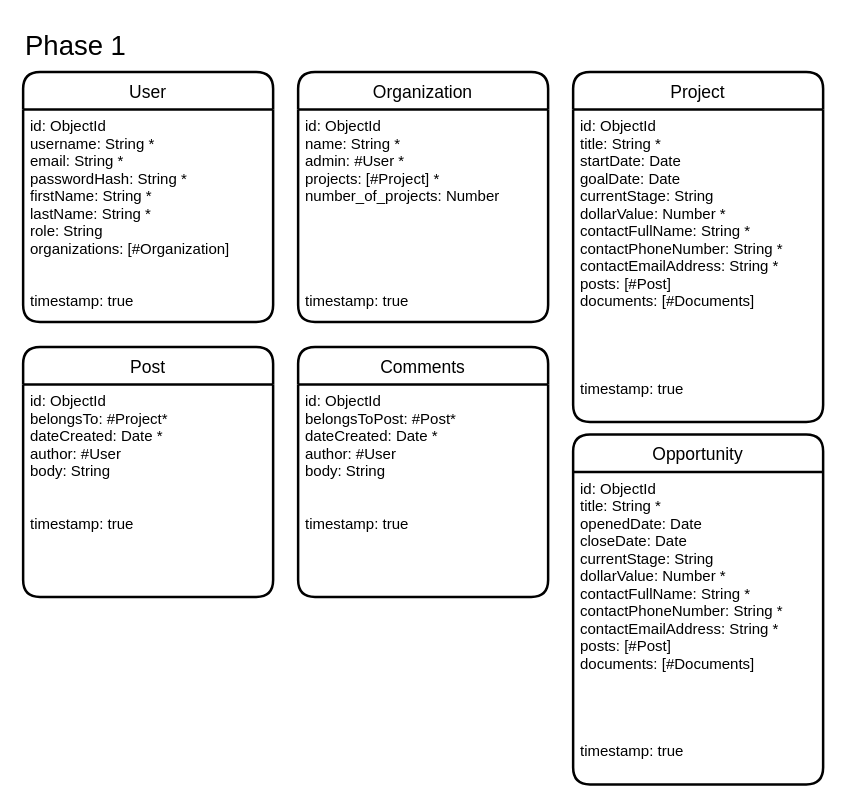
The draw.io diagram resources/database-model.drawio in jpcastanoweb/buggr, before the edit. Source tidied: cells renumbered, new cells numbered last; positions are measured from the earlier drawing's top-left corner, leaving out a move shared by most shapes. Both pictures are drawn from the tidied source at 125%, with x=0, y=0 at pixel (22, 21).
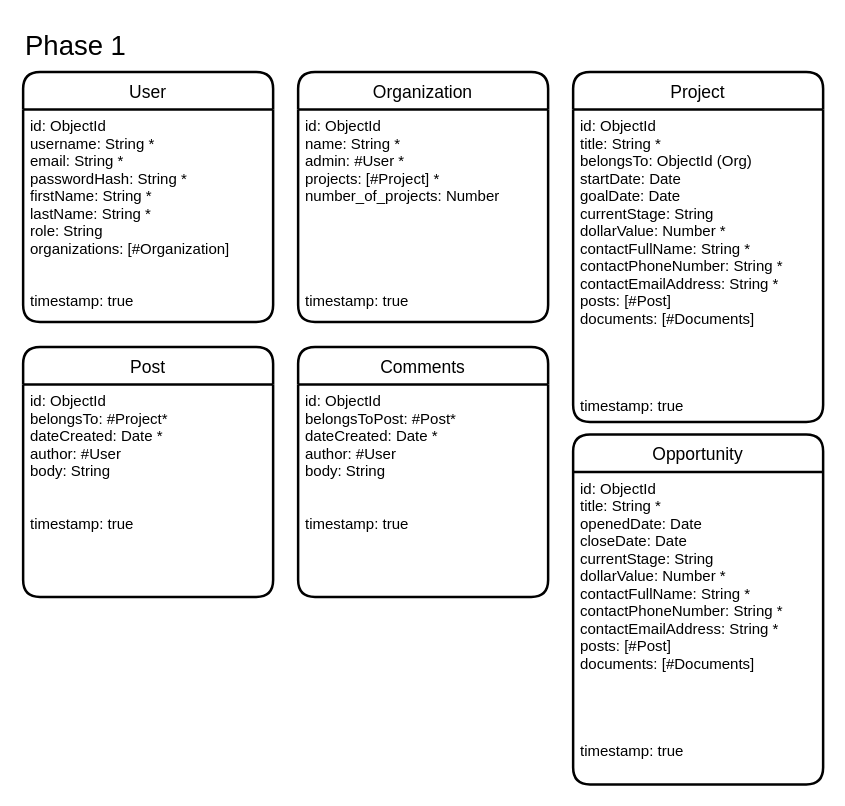
The same diagram, later.

Change to the diagram source:
```diff
@@
 <mxGraphModel>
   <root>
     <mxCell id="0" />
     <mxCell id="1" parent="0" />
     <mxCell id="2" value="&lt;font style=&quot;font-size: 22px&quot;&gt;Phase 1&lt;/font&gt;" style="text;html=1;strokeColor=none;fillColor=none;align=left;verticalAlign=middle;whiteSpace=wrap;rounded=0;" parent="1" vertex="1">
       <mxGeometry width="150" height="40" as="geometry" />
     </mxCell>
     <mxCell id="3" value="User" style="swimlane;horizontal=1;startSize=30;rounded=1;fontSize=14;fontStyle=0;strokeWidth=2;shadow=0;dashed=0;align=center;" parent="1" vertex="1">
       <mxGeometry y="40" width="200" height="200" as="geometry" />
     </mxCell>
     <mxCell id="4" value="id: ObjectId&#10;username: String *&#10;email: String *&#10;passwordHash: String *&#10;firstName: String *&#10;lastName: String *&#10;role: String&#10;organizations: [#Organization]&#10;&#10;&#10;timestamp: true" style="align=left;strokeColor=none;fillColor=none;spacingLeft=4;fontSize=12;verticalAlign=top;" parent="3" vertex="1">
       <mxGeometry y="30" width="200" height="170" as="geometry" />
     </mxCell>
     <mxCell id="5" value="Organization" style="swimlane;horizontal=1;startSize=30;rounded=1;fontSize=14;fontStyle=0;strokeWidth=2;shadow=0;dashed=0;align=center;" parent="1" vertex="1">
       <mxGeometry x="220" y="40" width="200" height="200" as="geometry" />
     </mxCell>
     <mxCell id="6" value="id: ObjectId&#10;name: String *&#10;admin: #User *&#10;projects: [#Project] *&#10;number_of_projects: Number&#10;&#10;&#10;&#10;&#10;&#10;timestamp: true" style="align=left;strokeColor=none;fillColor=none;spacingLeft=4;fontSize=12;verticalAlign=top;" parent="5" vertex="1">
       <mxGeometry y="30" width="200" height="170" as="geometry" />
     </mxCell>
     <mxCell id="7" value="Project" style="swimlane;horizontal=1;startSize=30;rounded=1;fontSize=14;fontStyle=0;strokeWidth=2;shadow=0;dashed=0;align=center;" parent="1" vertex="1">
       <mxGeometry x="440" y="40" width="200" height="280" as="geometry" />
     </mxCell>
-    <mxCell id="8" value="id: ObjectId&#10;title: String *&#10;startDate: Date&#10;goalDate: Date&#10;currentStage: String&#10;dollarValue: Number *&#10;contactFullName: String *&#10;contactPhoneNumber: String *&#10;contactEmailAddress: String *&#10;posts: [#Post]&#10;documents: [#Documents]&#10;&#10;&#10;&#10;&#10;timestamp: true" style="align=left;strokeColor=none;fillColor=none;spacingLeft=4;fontSize=12;verticalAlign=top;" parent="7" vertex="1">
+    <mxCell id="8" value="id: ObjectId&#10;title: String *&#10;belongsTo: ObjectId (Org)&#10;startDate: Date&#10;goalDate: Date&#10;currentStage: String&#10;dollarValue: Number *&#10;contactFullName: String *&#10;contactPhoneNumber: String *&#10;contactEmailAddress: String *&#10;posts: [#Post]&#10;documents: [#Documents]&#10;&#10;&#10;&#10;&#10;timestamp: true" style="align=left;strokeColor=none;fillColor=none;spacingLeft=4;fontSize=12;verticalAlign=top;" parent="7" vertex="1">
       <mxGeometry y="30" width="200" height="250" as="geometry" />
     </mxCell>
     <mxCell id="9" value="Post" style="swimlane;horizontal=1;startSize=30;rounded=1;fontSize=14;fontStyle=0;strokeWidth=2;shadow=0;dashed=0;align=center;" parent="1" vertex="1">
       <mxGeometry y="260" width="200" height="200" as="geometry" />
     </mxCell>
     <mxCell id="10" value="id: ObjectId&#10;belongsTo: #Project*&#10;dateCreated: Date *&#10;author: #User&#10;body: String&#10;&#10;&#10;timestamp: true" style="align=left;strokeColor=none;fillColor=none;spacingLeft=4;fontSize=12;verticalAlign=top;" parent="9" vertex="1">
       <mxGeometry y="30" width="200" height="170" as="geometry" />
     </mxCell>
     <mxCell id="11" value="Comments" style="swimlane;horizontal=1;startSize=30;rounded=1;fontSize=14;fontStyle=0;strokeWidth=2;shadow=0;dashed=0;align=center;" parent="1" vertex="1">
       <mxGeometry x="220" y="260" width="200" height="200" as="geometry" />
     </mxCell>
     <mxCell id="12" value="id: ObjectId&#10;belongsToPost: #Post*&#10;dateCreated: Date *&#10;author: #User&#10;body: String&#10;&#10;&#10;timestamp: true" style="align=left;strokeColor=none;fillColor=none;spacingLeft=4;fontSize=12;verticalAlign=top;" parent="11" vertex="1">
       <mxGeometry y="30" width="200" height="170" as="geometry" />
     </mxCell>
     <mxCell id="13" value="Opportunity" style="swimlane;horizontal=1;startSize=30;rounded=1;fontSize=14;fontStyle=0;strokeWidth=2;shadow=0;dashed=0;align=center;" parent="1" vertex="1">
       <mxGeometry x="440" y="330" width="200" height="280" as="geometry" />
     </mxCell>
     <mxCell id="14" value="id: ObjectId&#10;title: String *&#10;openedDate: Date&#10;closeDate: Date&#10;currentStage: String&#10;dollarValue: Number *&#10;contactFullName: String *&#10;contactPhoneNumber: String *&#10;contactEmailAddress: String *&#10;posts: [#Post]&#10;documents: [#Documents]&#10;&#10;&#10;&#10;&#10;timestamp: true" style="align=left;strokeColor=none;fillColor=none;spacingLeft=4;fontSize=12;verticalAlign=top;" parent="13" vertex="1">
       <mxGeometry y="30" width="200" height="250" as="geometry" />
     </mxCell>
   </root>
 </mxGraphModel>
```
